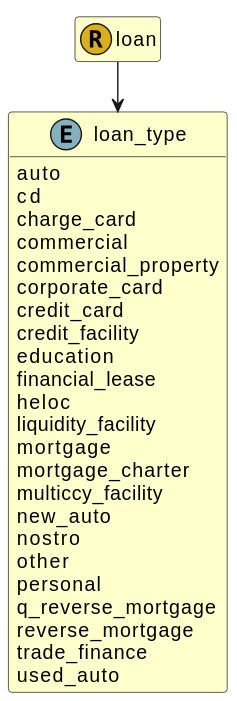
The PlantUML diagram images/fire.model.loan_type.svg in Schemarise/demo-alfa-with-fire-json-model, before a commit. Source of this version:
```plantuml
@startuml
!pragma layout smetana

skinparam ClassBackgroundColor #BUSINESS
hide empty methods
hide empty fields
skinparam backgroundColor transparent
set namespaceSeparator none




class loan_type << (E,86B0BE) >> {

  auto
  cd
  charge_card
  commercial
  commercial_property
  corporate_card
  credit_card
  credit_facility
  education
  financial_lease
  heloc
  liquidity_facility
  mortgage
  mortgage_charter
  multiccy_facility
  new_auto
  nostro
  other
  personal
  q_reverse_mortgage
  reverse_mortgage
  trade_finance
  used_auto



}

class loan << (R,D9B01C) >> {





}

loan --> loan_type

@enduml
```
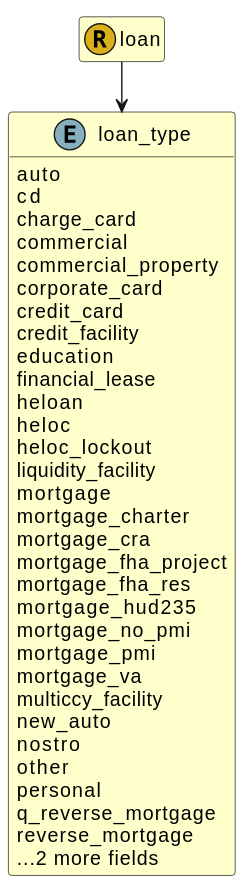
The same diagram one commit later.

Diff of the diagram source:
```diff
@@ -22,10 +22,19 @@
   credit_facility
   education
   financial_lease
+  heloan
   heloc
+  heloc_lockout
   liquidity_facility
   mortgage
   mortgage_charter
+  mortgage_cra
+  mortgage_fha_project
+  mortgage_fha_res
+  mortgage_hud235
+  mortgage_no_pmi
+  mortgage_pmi
+  mortgage_va
   multiccy_facility
   new_auto
   nostro
@@ -33,8 +42,8 @@
   personal
   q_reverse_mortgage
   reverse_mortgage
-  trade_finance
-  used_auto
+  ...2 more fields
+
 
 
 
```
